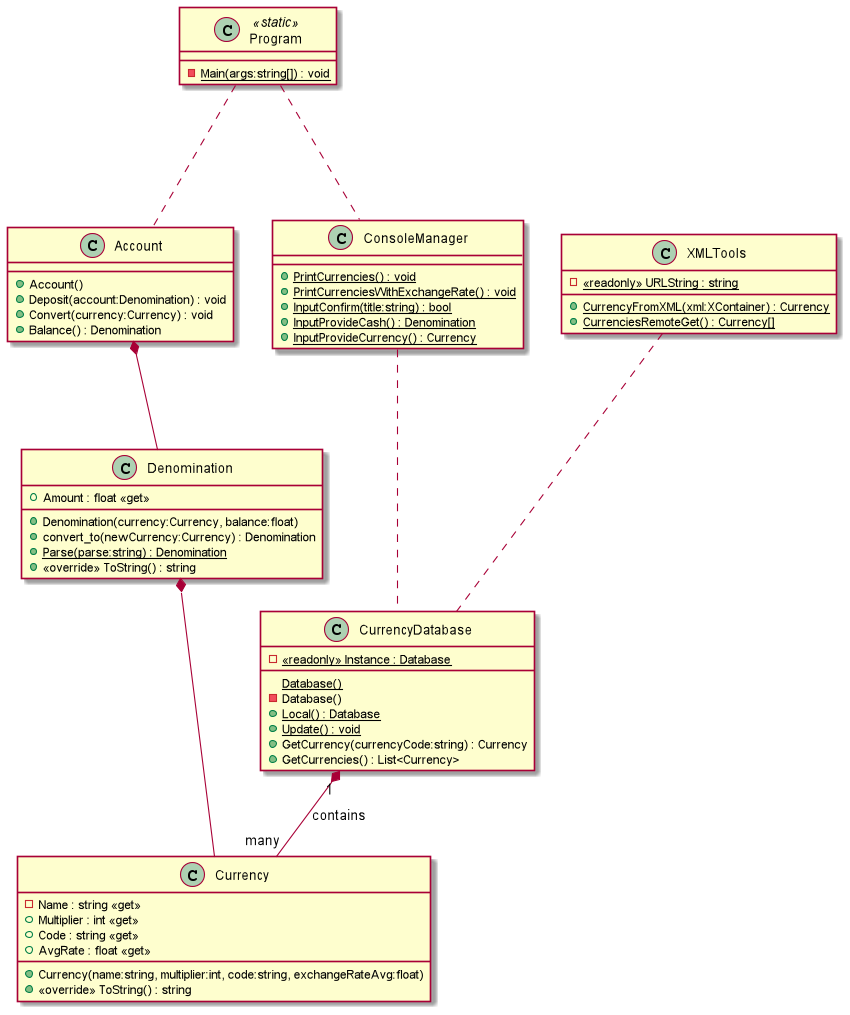
Before: TM_Lab_1/UMLProject.png, a diagram exported from PlantUML (john-bartu/cut-oot). Its diagram source:
```plantuml
@startuml
!include .\.\TM_Lab_1\Account.puml
!include .\.\TM_Lab_1\ConsoleManager.puml
!include .\.\TM_Lab_1\Currency.puml
!include .\.\TM_Lab_1\CurrencyDatabase.puml
!include .\.\TM_Lab_1\Denomination.puml
!include .\.\TM_Lab_1\Program.puml
!include .\.\TM_Lab_1\XMLTools.puml
!include .\obj\Debug\net5.0\.NETCoreApp,Version=v5.0.AssemblyAttributes.puml
!include .\obj\Debug\net5.0\TM_Lab_1.AssemblyInfo.puml
@enduml
```
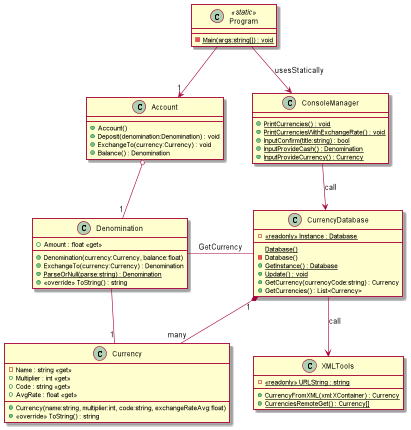
The same diagram one commit later.

Commit message:
UML layout change

What changed in the source:
```diff
@@ -1,11 +1,9 @@
 @startuml
-!include .\.\TM_Lab_1\Account.puml
-!include .\.\TM_Lab_1\ConsoleManager.puml
-!include .\.\TM_Lab_1\Currency.puml
-!include .\.\TM_Lab_1\CurrencyDatabase.puml
-!include .\.\TM_Lab_1\Denomination.puml
-!include .\.\TM_Lab_1\Program.puml
-!include .\.\TM_Lab_1\XMLTools.puml
-!include .\obj\Debug\net5.0\.NETCoreApp,Version=v5.0.AssemblyAttributes.puml
-!include .\obj\Debug\net5.0\TM_Lab_1.AssemblyInfo.puml
+!include .\UMLParts\Account.puml
+!include .\UMLParts\ConsoleManager.puml
+!include .\UMLParts\Currency.puml
+!include .\UMLParts\CurrencyDatabase.puml
+!include .\UMLParts\Denomination.puml
+!include .\UMLParts\Program.puml
+!include .\UMLParts\XMLTools.puml
 @enduml
```
